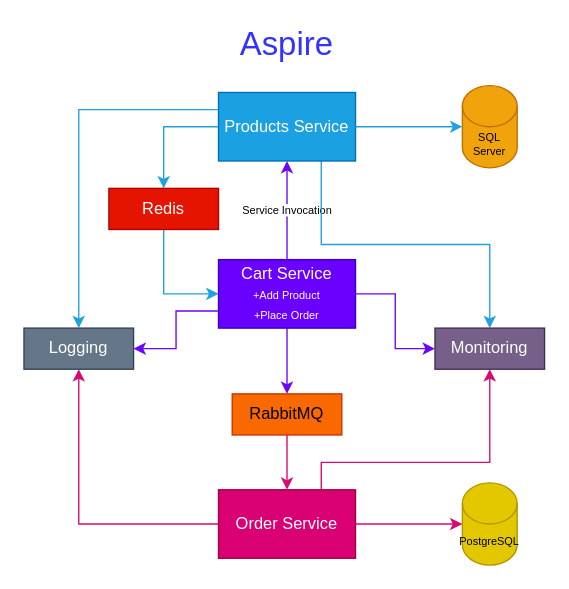
Above: assets/Aspire.drawio in spicycoder/AspireRecipes (draw.io), before the change. Source tidied: cells renumbered, new cells numbered last; positions are measured from the earlier drawing's top-left corner, leaving out a move shared by most shapes. Both pictures are drawn from the tidied source at 137%, with x=0, y=0 at pixel (23, 23).
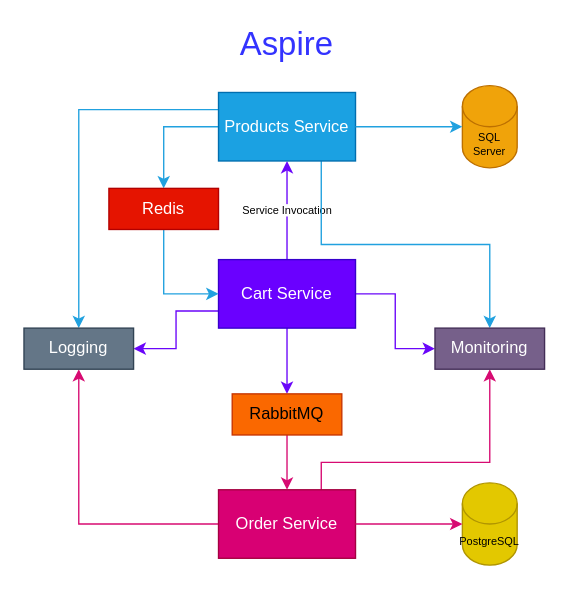
The same page after the edit.

Diff of the diagram source:
```diff
@@
-    <mxCell id="6" value="Cart Service&lt;br&gt;&lt;font style=&quot;font-size: 8px;&quot;&gt;+Add Product&lt;br&gt;+Place Order&lt;/font&gt;" style="rounded=0;whiteSpace=wrap;html=1;fillColor=#6a00ff;fontColor=#ffffff;strokeColor=#3700CC;" parent="1" vertex="1">
+    <mxCell id="6" value="Cart Service" style="rounded=0;whiteSpace=wrap;html=1;fillColor=#6a00ff;fontColor=#ffffff;strokeColor=#3700CC;" parent="1" vertex="1">
       <mxGeometry x="142" y="172" width="100" height="50" as="geometry" />
     </mxCell>
```
